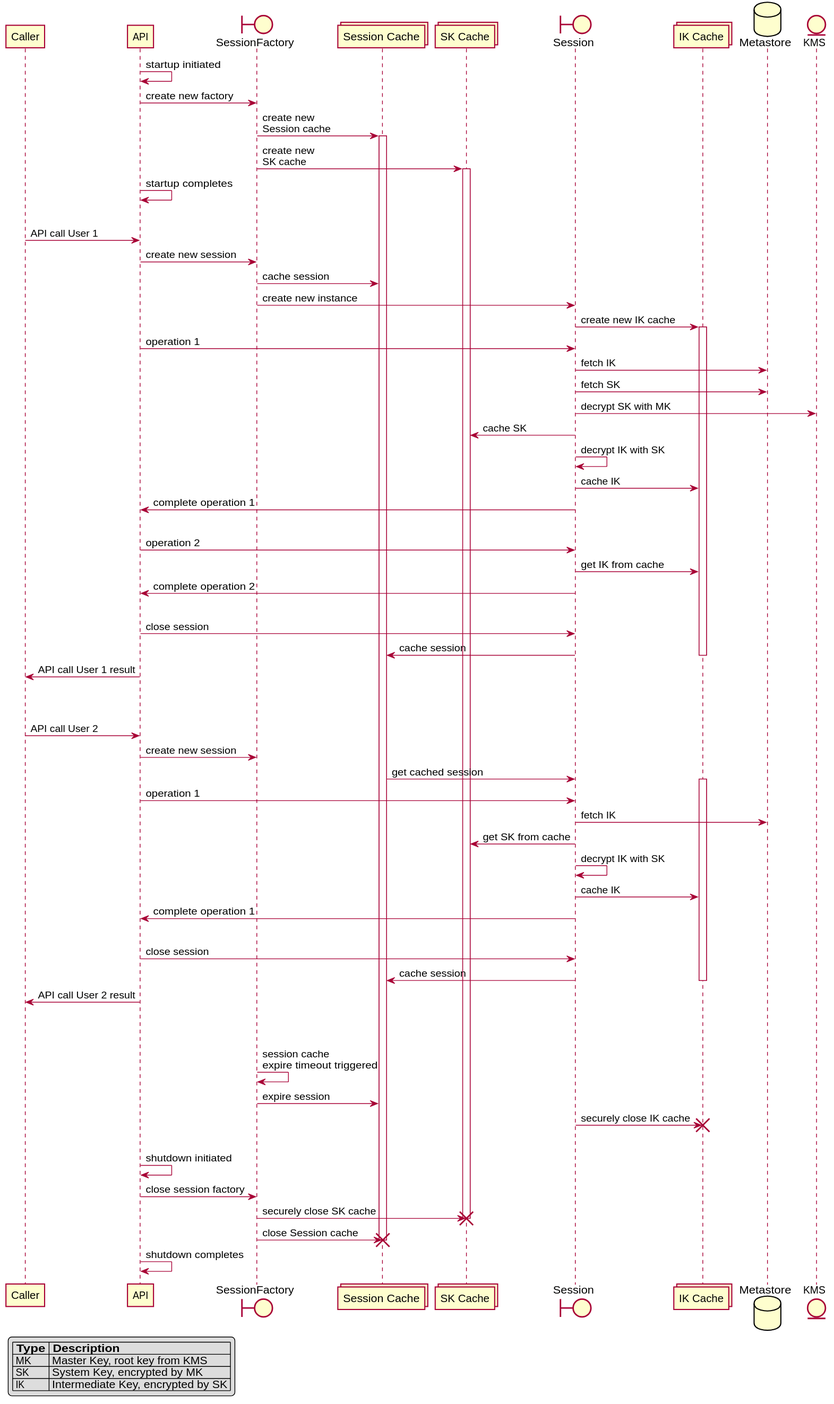
The PlantUML diagram docs/images/cache_lifecycles.svg in godaddy/asherah, before a commit.
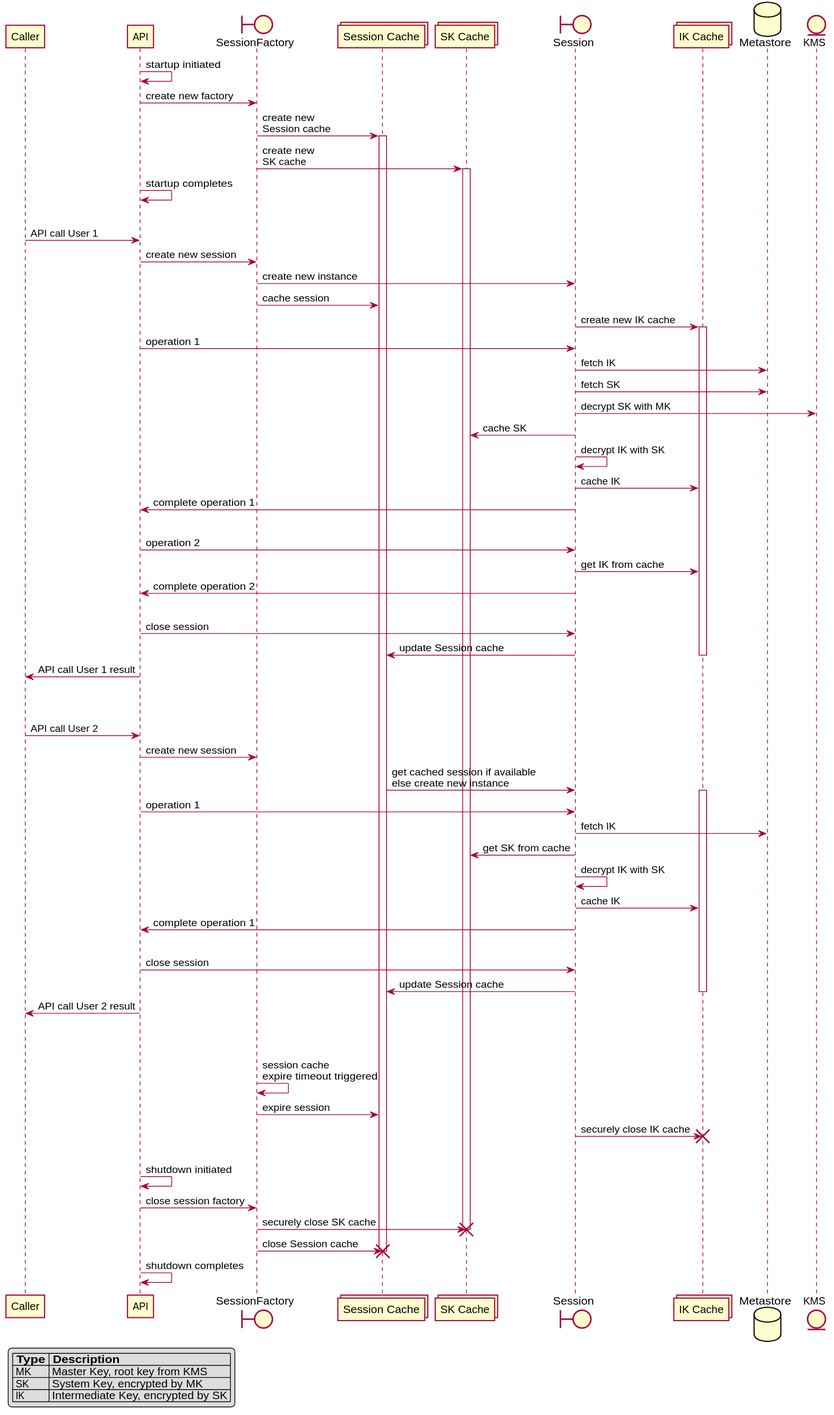
After the commit.

Commit message:
update cache lifecyle diagram

Diff of the diagram source:
```diff
@@ -29,8 +29,8 @@
 |||
 Caller -> API : API call User 1
 API -> SessionFactory : create new session
+SessionFactory -> Session : create new instance
 SessionFactory -> "Session Cache" : cache session
-SessionFactory -> Session : create new instance
 Session -> "IK Cache" : create new IK cache
 activate "IK Cache"
 API -> Session : operation 1
@@ -47,14 +47,14 @@
 Session -> API : complete operation 2
 |||
 API -> Session : close session
-Session -> "Session Cache" : cache session
+Session -> "Session Cache" : update Session cache
 deactivate "IK Cache"
 API -> Caller : API call User 1 result
 |||
 |||
 Caller -> API : API call User 2
 API -> SessionFactory : create new session
-"Session Cache" -> Session : get cached session
+"Session Cache" -> Session : get cached session if available\nelse create new instance
 activate "IK Cache"
 API -> Session : operation 1
 Session -> Metastore : fetch IK
@@ -64,7 +64,7 @@
 Session -> API : complete operation 1
 |||
 API -> Session : close session
-Session -> "Session Cache" : cache session
+Session -> "Session Cache" : update Session cache
 deactivate "IK Cache"
 API -> Caller : API call User 2 result
 |||
```
